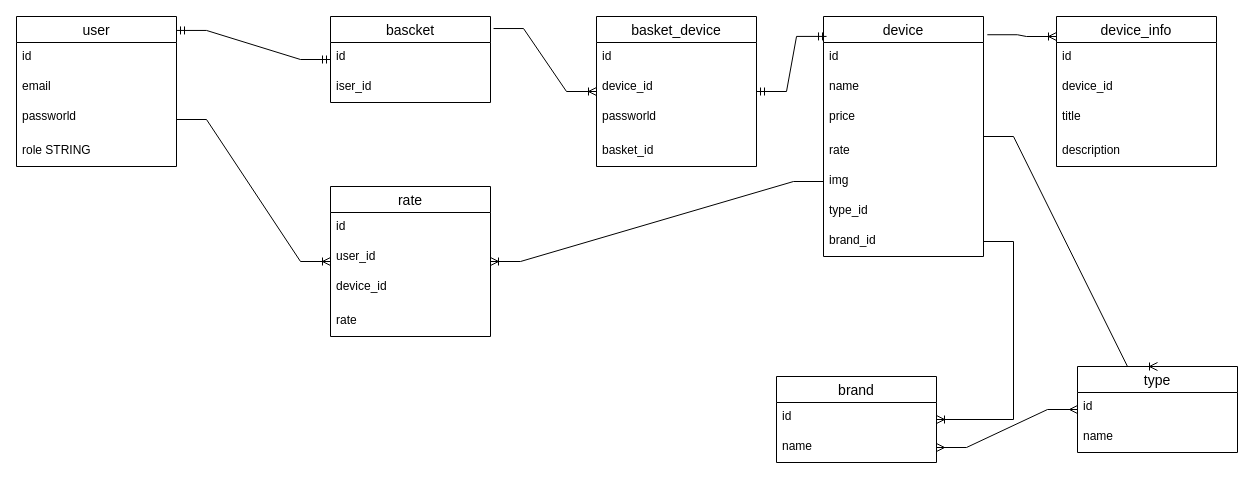
Above: server/models/db_diagram.drawio in zaxel/react_simple_shop (draw.io), before the change. Source tidied: cells renumbered, new cells numbered last; positions are measured from the earlier drawing's top-left corner, leaving out a move shared by most shapes. Both pictures are drawn from the tidied source at 100%, with x=0, y=0 at pixel (16, 16).
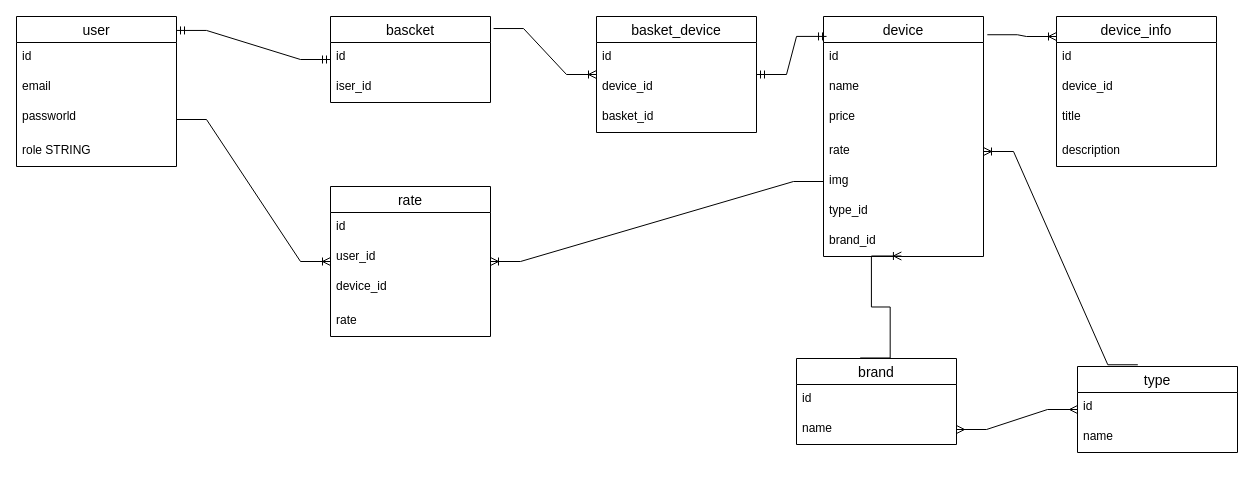
The same page after the edit.

Commit message:
db tables relasions corrected

The change refers to these unchanged cells:
```xml
<mxCell id="11" value="device" style="swimlane;fontStyle=0;horizontal=1;startSize=26;align=center;fontSize=14;" parent="1" vertex="1">
  <mxGeometry x="807" width="160" height="240" as="geometry" />
</mxCell>
<mxCell id="15" value="rate" style="text;strokeColor=none;fillColor=none;spacingLeft=4;spacingRight=4;overflow=hidden;points=[[0,0.5],[1,0.5]];portConstraint=eastwest;fontSize=12;" parent="11" vertex="1">
  <mxGeometry y="120" width="160" height="30" as="geometry" />
</mxCell>
<mxCell id="18" value="brand_id" style="text;strokeColor=none;fillColor=none;spacingLeft=4;spacingRight=4;overflow=hidden;points=[[0,0.5],[1,0.5]];portConstraint=eastwest;fontSize=12;" parent="11" vertex="1">
  <mxGeometry y="210" width="160" height="30" as="geometry" />
</mxCell>
<mxCell id="19" value="type" style="swimlane;fontStyle=0;horizontal=1;startSize=26;align=center;fontSize=14;" parent="1" vertex="1">
  <mxGeometry x="1061" y="350" width="160" height="86" as="geometry" />
</mxCell>
```

The edit, as a diff of the source:
```diff
@@
     <mxCell id="22" value="brand" style="swimlane;fontStyle=0;horizontal=1;startSize=26;align=center;fontSize=14;" parent="1" vertex="1">
-      <mxGeometry x="760" y="360" width="160" height="86" as="geometry" />
+      <mxGeometry x="780" y="342" width="160" height="86" as="geometry" />
     </mxCell>
@@
-    <mxCell id="25" style="edgeStyle=entityRelationEdgeStyle;fontSize=12;html=1;endArrow=ERoneToMany;rounded=0;entryX=0.5;entryY=0;entryDx=0;entryDy=0;" parent="1" edge="1" source="11" target="19">
+    <mxCell id="25" style="edgeStyle=entityRelationEdgeStyle;fontSize=12;html=1;endArrow=ERoneToMany;rounded=0;exitX=0.377;exitY=-0.02;exitDx=0;exitDy=0;exitPerimeter=0;entryX=1;entryY=0.5;entryDx=0;entryDy=0;" parent="1" edge="1" source="19" target="15">
       <mxGeometry relative="1" as="geometry" />
     </mxCell>
-    <mxCell id="26" style="edgeStyle=entityRelationEdgeStyle;fontSize=12;html=1;endArrow=ERoneToMany;rounded=0;" parent="1" edge="1" source="18" target="22">
+    <mxCell id="26" style="edgeStyle=entityRelationEdgeStyle;fontSize=12;html=1;endArrow=ERoneToMany;rounded=0;entryX=0.487;entryY=0.983;entryDx=0;entryDy=0;entryPerimeter=0;exitX=0.398;exitY=-0.006;exitDx=0;exitDy=0;exitPerimeter=0;" parent="1" edge="1" source="22" target="18">
       <mxGeometry relative="1" as="geometry" />
     </mxCell>
@@
     <mxCell id="34" value="basket_device" style="swimlane;fontStyle=0;horizontal=1;startSize=26;align=center;fontSize=14;" parent="1" vertex="1">
-      <mxGeometry x="580" width="160" height="150" as="geometry" />
+      <mxGeometry x="580" width="160" height="116" as="geometry" />
     </mxCell>
@@
-    <mxCell id="37" value="passworld" style="text;strokeColor=none;fillColor=none;spacingLeft=4;spacingRight=4;overflow=hidden;fontSize=12;" parent="34" vertex="1">
-      <mxGeometry y="86" width="160" height="34" as="geometry" />
-    </mxCell>
     <mxCell id="38" value="basket_id" style="text;strokeColor=none;fillColor=none;spacingLeft=4;spacingRight=4;overflow=hidden;fontSize=12;" parent="34" vertex="1">
-      <mxGeometry y="120" width="160" height="30" as="geometry" />
+      <mxGeometry y="86" width="160" height="30" as="geometry" />
     </mxCell>
```
